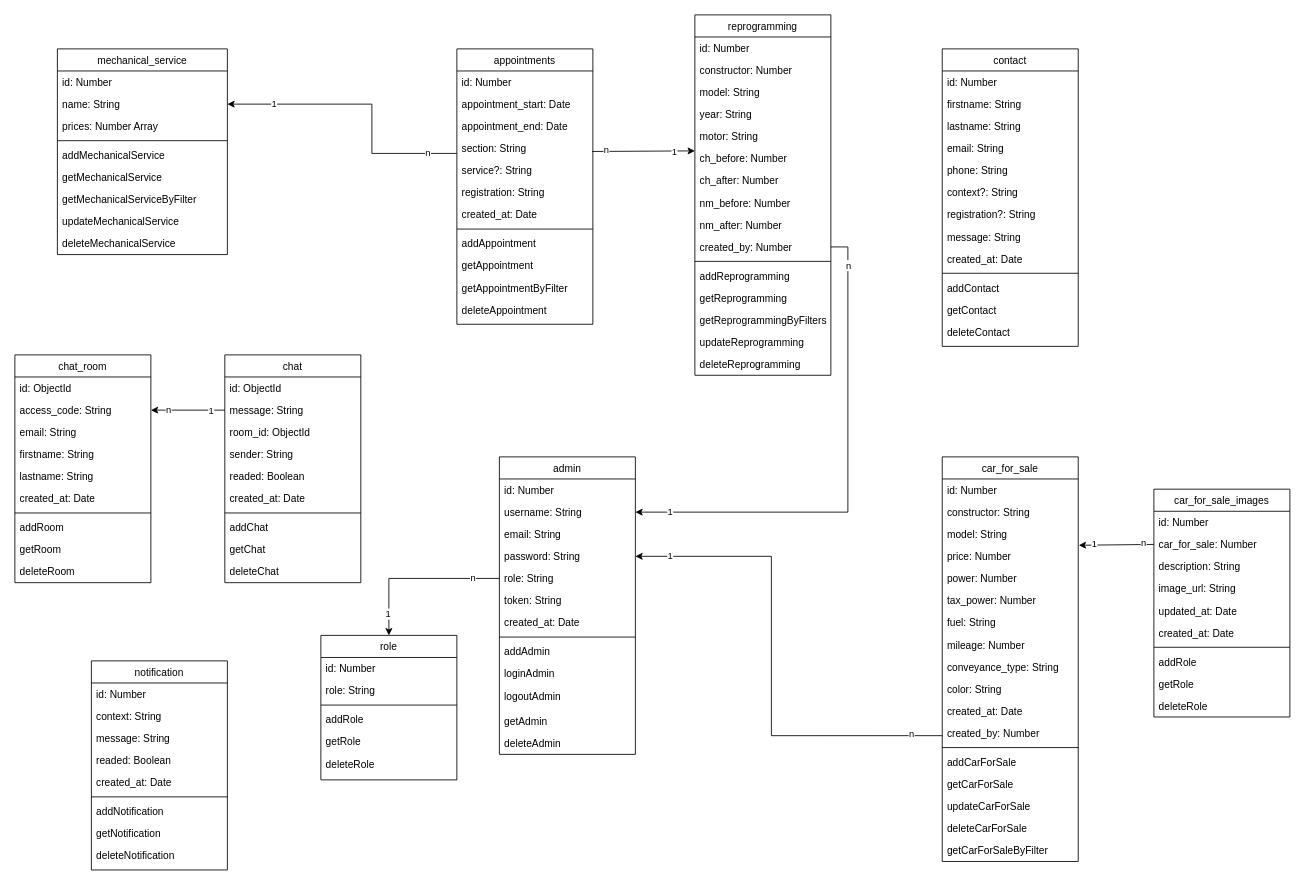
Before: documentation/hephaistos-MCD.drawio in nsevendev/hephaistos, a draw.io diagram. Source tidied: cells renumbered, new cells numbered last; positions are measured from the earlier drawing's top-left corner, leaving out a move shared by most shapes. Both pictures are drawn from the tidied source at 85%, with x=0, y=0 at pixel (14, 14).
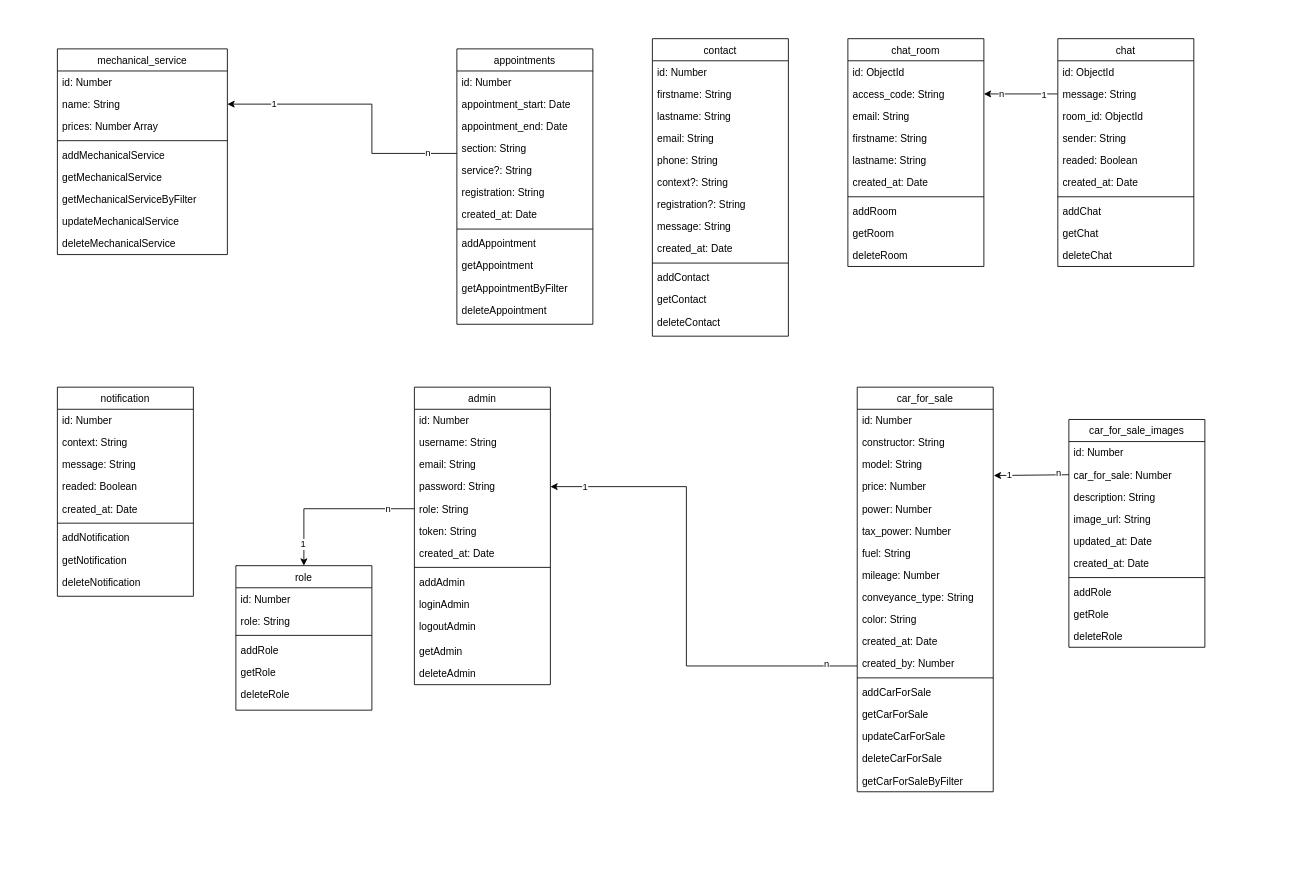
The same diagram, later.

Commit message:
suppression schema reprogramming

The change refers to these unchanged cells:
```xml
<mxCell id="41" value="created_by: Number" style="text;align=left;verticalAlign=top;spacingLeft=4;spacingRight=4;overflow=hidden;points=[[0,0.5],[1,0.5]];portConstraint=eastwest;" parent="29" vertex="1">
  <mxGeometry y="312" width="160" height="26" as="geometry" />
</mxCell>
<mxCell id="81" value="username: String" style="text;align=left;verticalAlign=top;spacingLeft=4;spacingRight=4;overflow=hidden;points=[[0,0.5],[1,0.5]];portConstraint=eastwest;" parent="79" vertex="1">
  <mxGeometry y="52" width="160" height="26" as="geometry" />
</mxCell>
<mxCell id="83" value="password: String" style="text;align=left;verticalAlign=top;spacingLeft=4;spacingRight=4;overflow=hidden;points=[[0,0.5],[1,0.5]];portConstraint=eastwest;" parent="79" vertex="1">
  <mxGeometry y="104" width="160" height="26" as="geometry" />
</mxCell>
<mxCell id="84" value="role: String" style="text;align=left;verticalAlign=top;spacingLeft=4;spacingRight=4;overflow=hidden;points=[[0,0.5],[1,0.5]];portConstraint=eastwest;" parent="79" vertex="1">
  <mxGeometry y="130" width="160" height="26" as="geometry" />
</mxCell>
```

The edit, as a diff of the source:
```diff
@@
-    <mxCell id="12" value="reprogramming" style="swimlane;fontStyle=0;align=center;verticalAlign=top;horizontal=1;startSize=26;rounded=0;shadow=0;strokeWidth=1;" parent="1" vertex="1">
-      <mxGeometry x="800" width="160" height="424" as="geometry" />
-    </mxCell>
-    <mxCell id="13" value="id: Number" style="text;align=left;verticalAlign=top;spacingLeft=4;spacingRight=4;overflow=hidden;rounded=0;shadow=0;html=0;" parent="12" vertex="1">
-      <mxGeometry y="26" width="160" height="26" as="geometry" />
-    </mxCell>
-    <mxCell id="14" value="constructor: Number" style="text;align=left;verticalAlign=top;spacingLeft=4;spacingRight=4;overflow=hidden;" parent="12" vertex="1">
-      <mxGeometry y="52" width="160" height="26" as="geometry" />
-    </mxCell>
-    <mxCell id="15" value="model: String" style="text;align=left;verticalAlign=top;spacingLeft=4;spacingRight=4;overflow=hidden;" parent="12" vertex="1">
-      <mxGeometry y="78" width="160" height="26" as="geometry" />
-    </mxCell>
-    <mxCell id="16" value="year: String" style="text;align=left;verticalAlign=top;spacingLeft=4;spacingRight=4;overflow=hidden;" parent="12" vertex="1">
-      <mxGeometry y="104" width="160" height="26" as="geometry" />
-    </mxCell>
-    <mxCell id="17" value="motor: String" style="text;align=left;verticalAlign=top;spacingLeft=4;spacingRight=4;overflow=hidden;" parent="12" vertex="1">
-      <mxGeometry y="130" width="160" height="26" as="geometry" />
-    </mxCell>
-    <mxCell id="18" value="ch_before: Number" style="text;align=left;verticalAlign=top;spacingLeft=4;spacingRight=4;overflow=hidden;points=[[0,0.5],[1,0.5]];portConstraint=eastwest;" parent="12" vertex="1">
-      <mxGeometry y="156" width="160" height="26" as="geometry" />
-    </mxCell>
-    <mxCell id="19" value="ch_after: Number" style="text;align=left;verticalAlign=top;spacingLeft=4;spacingRight=4;overflow=hidden;" parent="12" vertex="1">
-      <mxGeometry y="182" width="160" height="26" as="geometry" />
-    </mxCell>
-    <mxCell id="20" value="nm_before: Number" style="text;align=left;verticalAlign=top;spacingLeft=4;spacingRight=4;overflow=hidden;" parent="12" vertex="1">
-      <mxGeometry y="208" width="160" height="26" as="geometry" />
-    </mxCell>
-    <mxCell id="21" value="nm_after: Number" style="text;align=left;verticalAlign=top;spacingLeft=4;spacingRight=4;overflow=hidden;" parent="12" vertex="1">
-      <mxGeometry y="234" width="160" height="26" as="geometry" />
-    </mxCell>
-    <mxCell id="22" value="created_by: Number" style="text;align=left;verticalAlign=top;spacingLeft=4;spacingRight=4;overflow=hidden;points=[[0,0.5],[1,0.5]];portConstraint=eastwest;" parent="12" vertex="1">
-      <mxGeometry y="260" width="160" height="26" as="geometry" />
-    </mxCell>
-    <mxCell id="23" style="line;html=1;strokeWidth=1;align=left;verticalAlign=middle;spacingTop=-1;spacingLeft=3;spacingRight=3;labelPosition=right;" parent="12" vertex="1">
-      <mxGeometry y="286" width="160" height="8" as="geometry" />
-    </mxCell>
-    <mxCell id="24" value="addReprogramming" style="text;align=left;verticalAlign=top;spacingLeft=4;spacingRight=4;overflow=hidden;" parent="12" vertex="1">
-      <mxGeometry y="294" width="160" height="26" as="geometry" />
-    </mxCell>
-    <mxCell id="25" value="getReprogramming" style="text;align=left;verticalAlign=top;spacingLeft=4;spacingRight=4;overflow=hidden;" parent="12" vertex="1">
-      <mxGeometry y="320" width="160" height="26" as="geometry" />
-    </mxCell>
-    <mxCell id="26" value="getReprogrammingByFilters" style="text;align=left;verticalAlign=top;spacingLeft=4;spacingRight=4;overflow=hidden;" parent="12" vertex="1">
-      <mxGeometry y="346" width="160" height="26" as="geometry" />
-    </mxCell>
-    <mxCell id="27" value="updateReprogramming" style="text;align=left;verticalAlign=top;spacingLeft=4;spacingRight=4;overflow=hidden;" parent="12" vertex="1">
-      <mxGeometry y="372" width="160" height="26" as="geometry" />
-    </mxCell>
-    <mxCell id="28" value="deleteReprogramming" style="text;align=left;verticalAlign=top;spacingLeft=4;spacingRight=4;overflow=hidden;" parent="12" vertex="1">
-      <mxGeometry y="398" width="160" height="26" as="geometry" />
-    </mxCell>
     <mxCell id="29" value="car_for_sale" style="swimlane;fontStyle=0;align=center;verticalAlign=top;horizontal=1;startSize=26;rounded=0;shadow=0;strokeWidth=1;" parent="1" vertex="1">
-      <mxGeometry x="1091" y="520" width="160" height="476" as="geometry" />
+      <mxGeometry x="991" y="438" width="160" height="476" as="geometry" />
     </mxCell>
@@
     <mxCell id="48" value="chat_room" style="swimlane;fontStyle=0;align=center;verticalAlign=top;horizontal=1;startSize=26;rounded=0;shadow=0;strokeWidth=1;" parent="1" vertex="1">
-      <mxGeometry y="400" width="160" height="268" as="geometry" />
+      <mxGeometry x="980" y="28" width="160" height="268" as="geometry" />
     </mxCell>
@@
     <mxCell id="59" value="chat" style="swimlane;fontStyle=0;align=center;verticalAlign=top;horizontal=1;startSize=26;rounded=0;shadow=0;strokeWidth=1;" parent="1" vertex="1">
-      <mxGeometry x="247" y="400" width="160" height="268" as="geometry" />
+      <mxGeometry x="1227" y="28" width="160" height="268" as="geometry" />
     </mxCell>
@@
-    <mxCell id="76" style="endArrow=classic;html=1;rounded=0;entryX=0;entryY=0.154;entryDx=0;entryDy=0;entryPerimeter=0;exitX=0.996;exitY=0.41;exitDx=0;exitDy=0;exitPerimeter=0;" parent="1" edge="1" target="18">
-      <mxGeometry relative="1" as="geometry">
-        <mxPoint x="679.2" y="160.7" as="sourcePoint" />
-      </mxGeometry>
-    </mxCell>
-    <mxCell id="77" value="n" style="edgeLabel;html=1;align=center;verticalAlign=middle;" parent="76" vertex="1">
-      <mxGeometry relative="1" as="geometry">
-        <mxPoint x="-44" y="-2" as="offset" />
-      </mxGeometry>
-    </mxCell>
-    <mxCell id="78" value="1" style="edgeLabel;html=1;align=center;verticalAlign=middle;" parent="76" vertex="1">
-      <mxGeometry x="0.59" y="-1" relative="1" as="geometry">
-        <mxPoint y="-1" as="offset" />
-      </mxGeometry>
-    </mxCell>
     <mxCell id="79" value="admin" style="swimlane;fontStyle=0;align=center;verticalAlign=top;horizontal=1;startSize=26;rounded=0;shadow=0;strokeWidth=1;" parent="1" vertex="1">
-      <mxGeometry x="570" y="520" width="160" height="350" as="geometry" />
+      <mxGeometry x="470" y="438" width="160" height="350" as="geometry" />
     </mxCell>
@@
     <mxCell id="93" value="contact" style="swimlane;fontStyle=0;align=center;verticalAlign=top;horizontal=1;startSize=26;rounded=0;shadow=0;strokeWidth=1;" parent="1" vertex="1">
-      <mxGeometry x="1091" y="40" width="160" height="350" as="geometry" />
+      <mxGeometry x="750" y="28" width="160" height="350" as="geometry" />
     </mxCell>
@@
     <mxCell id="107" value="role" style="swimlane;fontStyle=0;align=center;verticalAlign=top;horizontal=1;startSize=26;rounded=0;shadow=0;strokeWidth=1;" parent="1" vertex="1">
-      <mxGeometry x="360" y="730" width="160" height="170" as="geometry" />
+      <mxGeometry x="260" y="648" width="160" height="170" as="geometry" />
     </mxCell>
@@
     <mxCell id="114" style="endArrow=classic;html=1;rounded=0;exitX=0;exitY=0.5;exitDx=0;exitDy=0;entryX=0.5;entryY=0;entryDx=0;entryDy=0;" parent="1" edge="1" source="84" target="107">
       <mxGeometry relative="1" as="geometry">
         <Array as="points">
-          <mxPoint x="440" y="663" />
+          <mxPoint x="340" y="581" />
         </Array>
       </mxGeometry>
     </mxCell>
@@
-    <mxCell id="117" style="endArrow=classic;html=1;rounded=0;exitX=1;exitY=0.5;exitDx=0;exitDy=0;entryX=1;entryY=0.5;entryDx=0;entryDy=0;" parent="1" edge="1" source="22" target="81">
-      <mxGeometry relative="1" as="geometry">
-        <Array as="points">
-          <mxPoint x="980" y="273" />
-          <mxPoint x="980" y="585" />
-        </Array>
-      </mxGeometry>
-    </mxCell>
-    <mxCell id="118" value="1" style="edgeLabel;html=1;align=center;verticalAlign=middle;" parent="117" vertex="1">
-      <mxGeometry relative="1" as="geometry">
-        <mxPoint x="-210" y="40" as="offset" />
-      </mxGeometry>
-    </mxCell>
-    <mxCell id="119" value="n" style="edgeLabel;html=1;align=center;verticalAlign=middle;" parent="117" vertex="1">
-      <mxGeometry x="-0.86" y="-1" relative="1" as="geometry">
-        <mxPoint x="1" as="offset" />
-      </mxGeometry>
-    </mxCell>
     <mxCell id="120" style="endArrow=classic;html=1;rounded=0;exitX=0;exitY=0.615;exitDx=0;exitDy=0;entryX=1;entryY=0.5;entryDx=0;entryDy=0;exitPerimeter=0;" parent="1" edge="1" source="41" target="83">
       <mxGeometry relative="1" as="geometry">
         <Array as="points">
-          <mxPoint x="890" y="848" />
-          <mxPoint x="890" y="637" />
+          <mxPoint x="790" y="766" />
+          <mxPoint x="790" y="555" />
         </Array>
       </mxGeometry>
     </mxCell>
@@
     <mxCell id="123" value="notification" style="swimlane;fontStyle=0;align=center;verticalAlign=top;horizontal=1;startSize=26;rounded=0;shadow=0;strokeWidth=1;" parent="1" vertex="1">
-      <mxGeometry x="90" y="760" width="160" height="246" as="geometry" />
+      <mxGeometry x="50" y="438" width="160" height="246" as="geometry" />
     </mxCell>
@@
     <mxCell id="146" value="car_for_sale_images" style="swimlane;fontStyle=0;align=center;verticalAlign=top;horizontal=1;startSize=26;rounded=0;shadow=0;strokeWidth=1;" parent="1" vertex="1">
-      <mxGeometry x="1340" y="558" width="160" height="268" as="geometry" />
+      <mxGeometry x="1240" y="476" width="160" height="268" as="geometry" />
     </mxCell>
```
